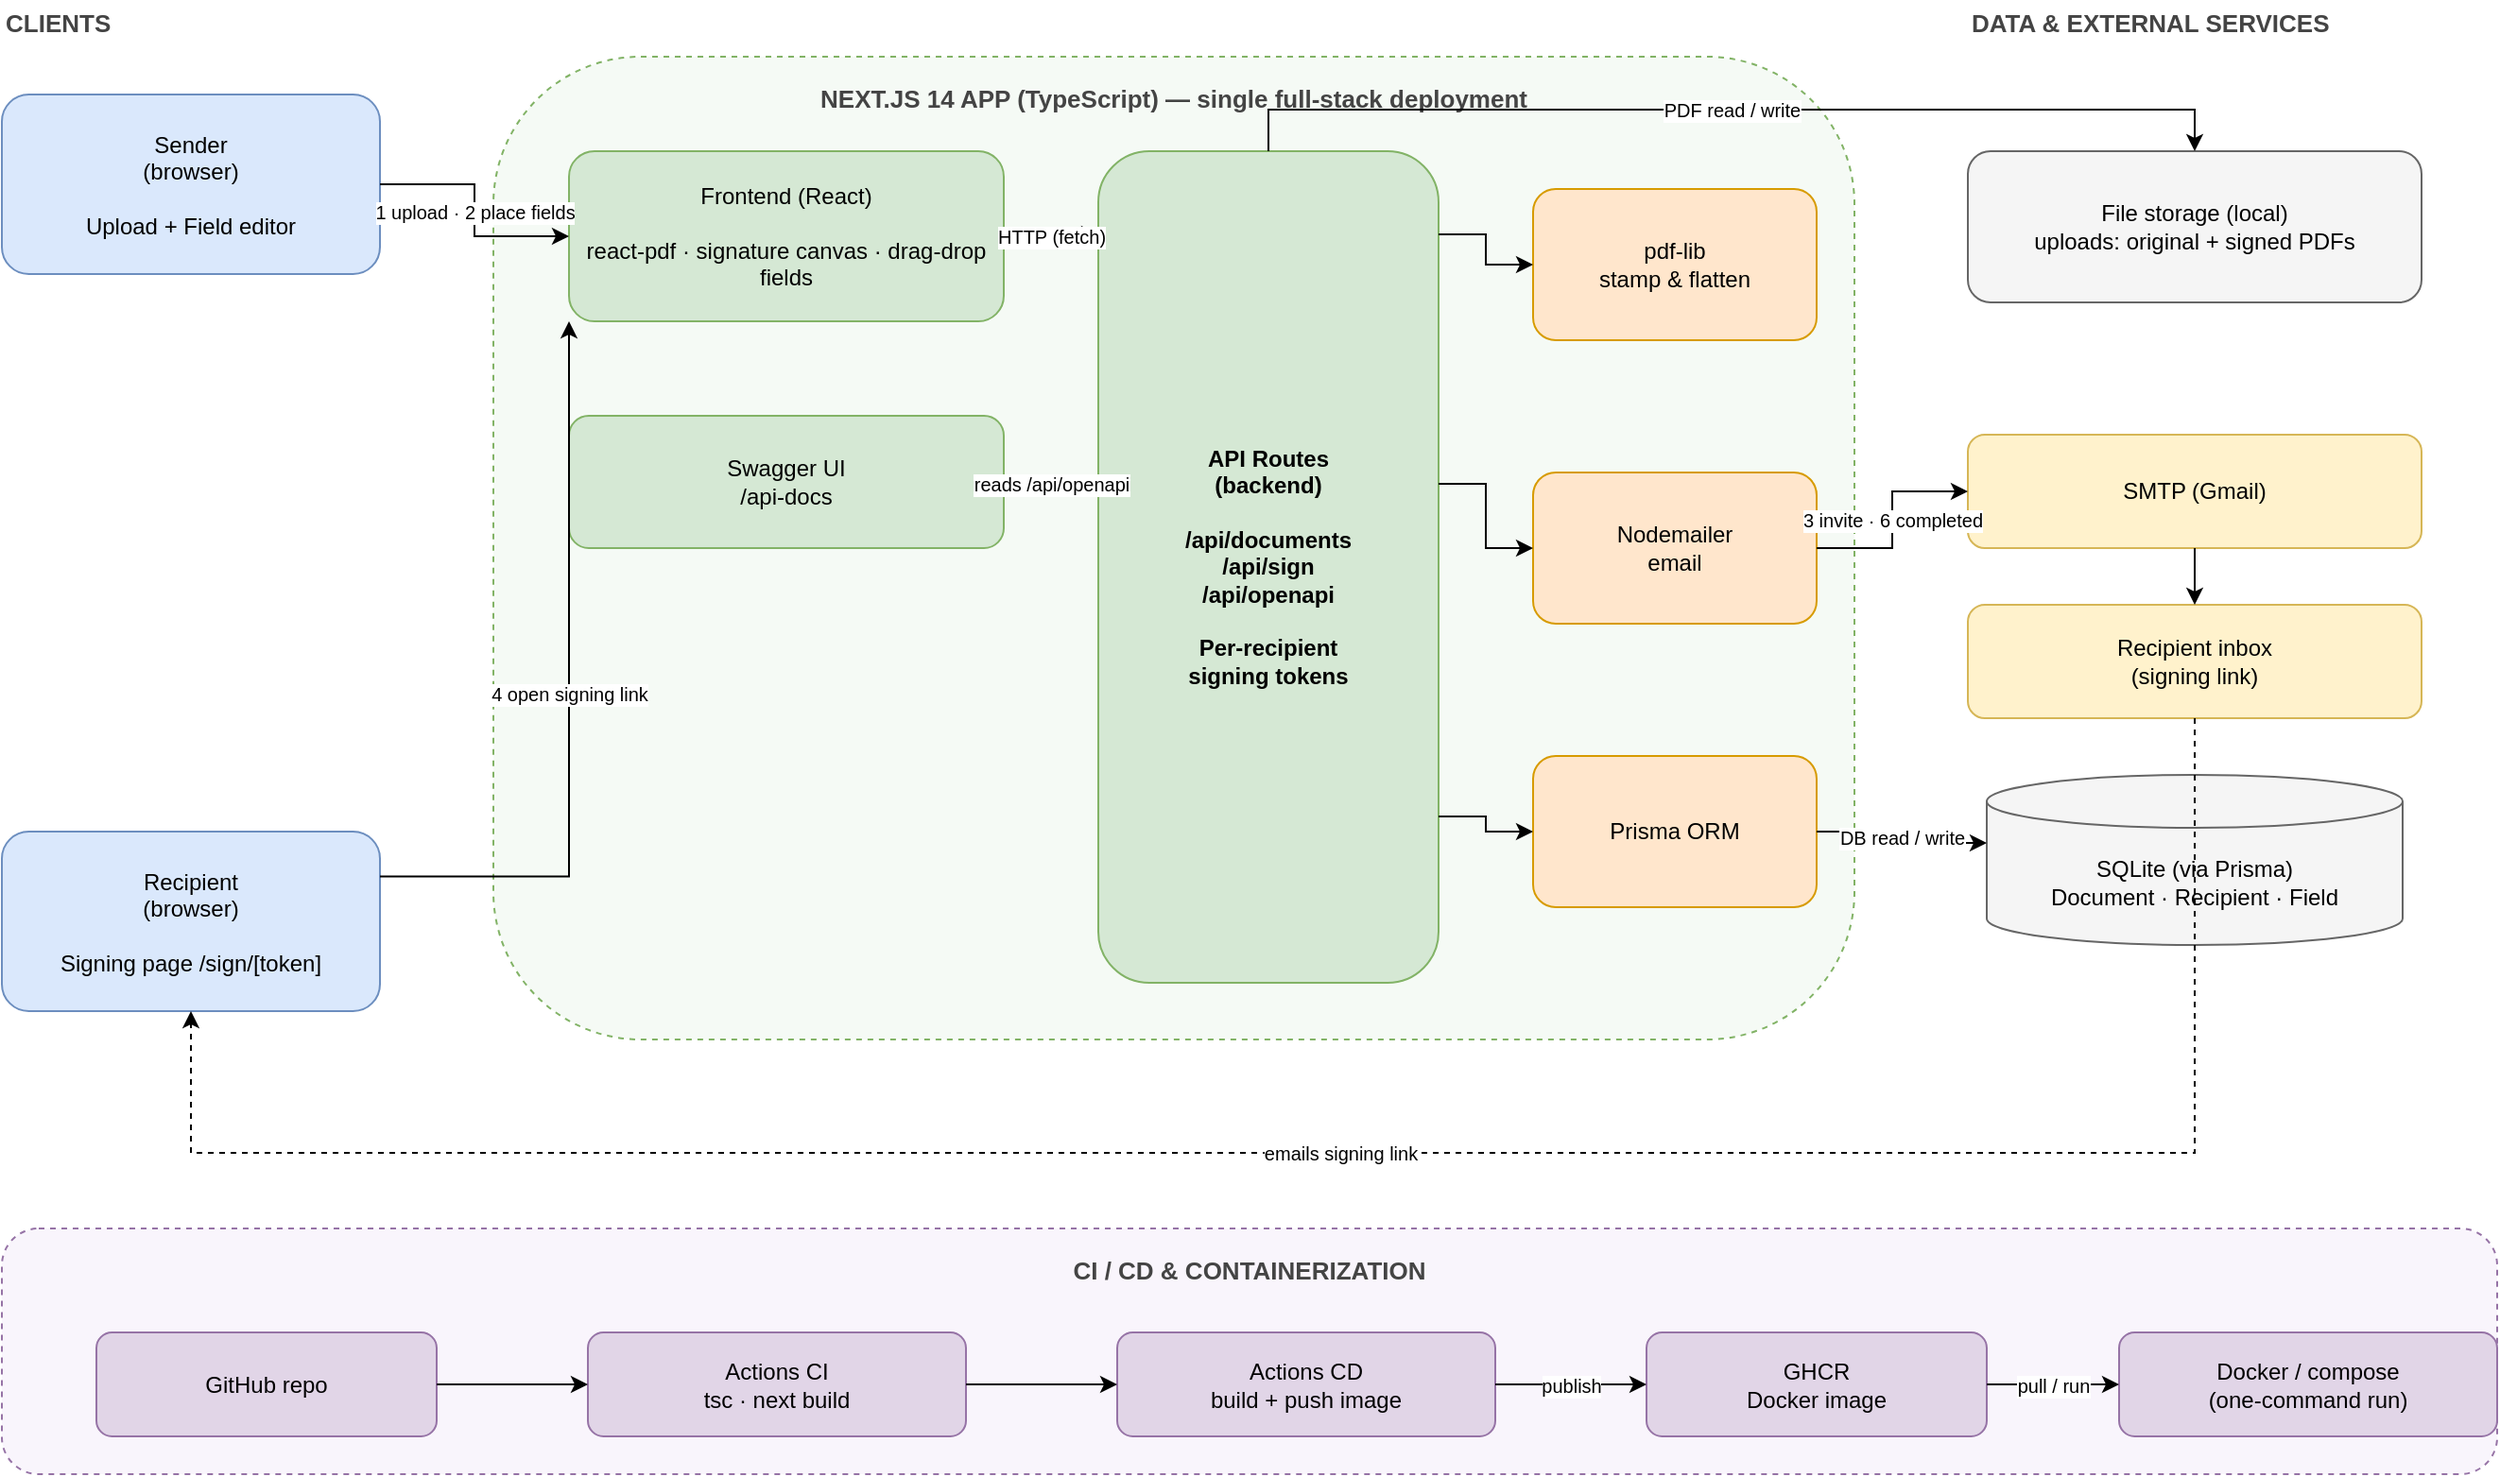
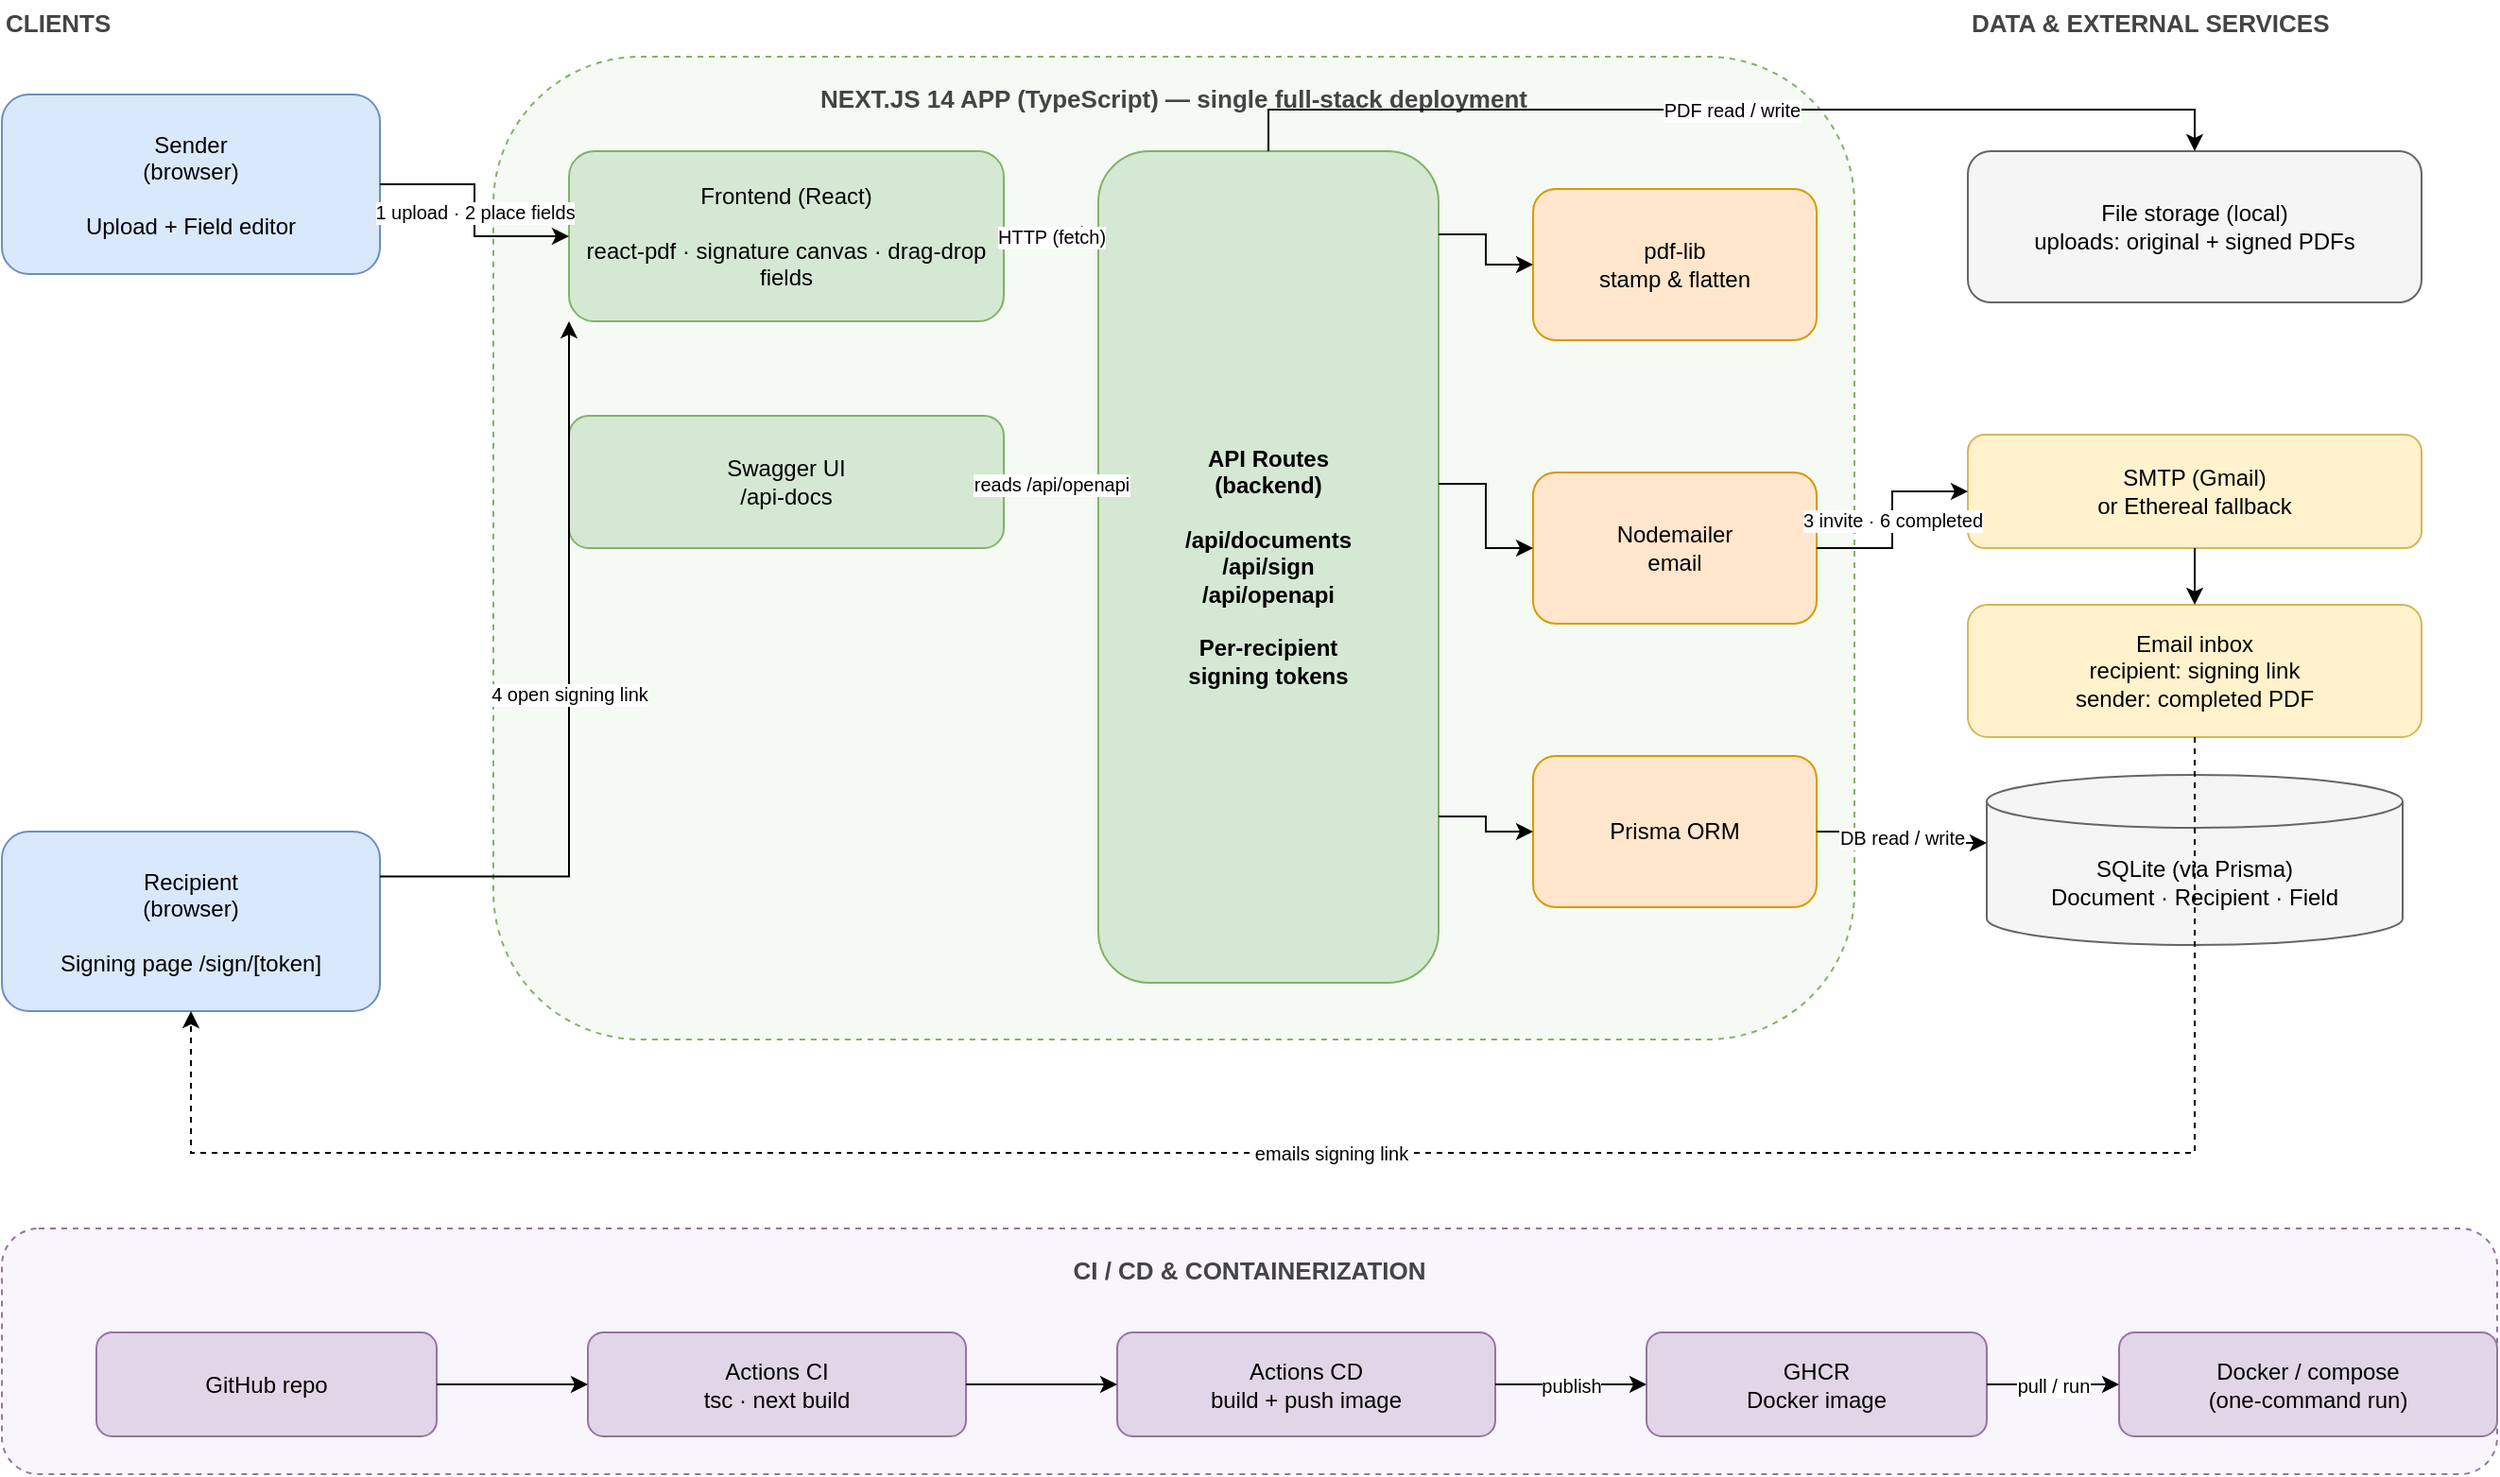
<mxfile host="app.diagrams.net" type="device">
  <diagram id="esign-mvp" name="System architecture">
    <mxGraphModel dx="1400" dy="900" grid="1" gridSize="10" guides="1" tooltips="1" connect="1" arrows="1" fold="1" page="1" pageScale="1" pageWidth="1400" pageHeight="900" math="0" shadow="0">
      <root>
        <mxCell id="0" />
        <mxCell id="1" parent="0" />

        <!-- section titles -->
        <mxCell id="t_clients" value="CLIENTS" style="text;html=1;align=left;verticalAlign=middle;fontStyle=1;fontSize=13;fontColor=#444444;" vertex="1" parent="1">
          <mxGeometry x="40" y="70" width="200" height="24" as="geometry" />
        </mxCell>
        <mxCell id="t_data" value="DATA &amp; EXTERNAL SERVICES" style="text;html=1;align=left;verticalAlign=middle;fontStyle=1;fontSize=13;fontColor=#444444;" vertex="1" parent="1">
          <mxGeometry x="1080" y="70" width="280" height="24" as="geometry" />
        </mxCell>

        <!-- containers -->
        <mxCell id="bg_app" value="NEXT.JS 14 APP (TypeScript) — single full-stack deployment" style="rounded=1;whiteSpace=wrap;html=1;dashed=1;fillColor=#f5faf5;strokeColor=#82b366;verticalAlign=top;fontStyle=1;fontSize=13;fontColor=#444444;spacingTop=8;" vertex="1" parent="1">
          <mxGeometry x="300" y="100" width="720" height="520" as="geometry" />
        </mxCell>
        <mxCell id="bg_devops" value="CI / CD &amp; CONTAINERIZATION" style="rounded=1;whiteSpace=wrap;html=1;dashed=1;fillColor=#f9f5fc;strokeColor=#9673a6;verticalAlign=top;fontStyle=1;fontSize=13;fontColor=#444444;spacingTop=8;" vertex="1" parent="1">
          <mxGeometry x="40" y="720" width="1320" height="130" as="geometry" />
        </mxCell>

        <!-- clients -->
        <mxCell id="c_sender" value="Sender&#10;(browser)&#10;&#10;Upload + Field editor" style="rounded=1;whiteSpace=wrap;html=1;fillColor=#dae8fc;strokeColor=#6c8ebf;fontSize=12;" vertex="1" parent="1">
          <mxGeometry x="40" y="120" width="200" height="95" as="geometry" />
        </mxCell>
        <mxCell id="c_recipient" value="Recipient&#10;(browser)&#10;&#10;Signing page /sign/[token]" style="rounded=1;whiteSpace=wrap;html=1;fillColor=#dae8fc;strokeColor=#6c8ebf;fontSize=12;" vertex="1" parent="1">
          <mxGeometry x="40" y="510" width="200" height="95" as="geometry" />
        </mxCell>

        <!-- app internals -->
        <mxCell id="fe" value="Frontend (React)&#10;&#10;react-pdf · signature canvas · drag-drop fields" style="rounded=1;whiteSpace=wrap;html=1;fillColor=#d5e8d4;strokeColor=#82b366;fontSize=12;" vertex="1" parent="1">
          <mxGeometry x="340" y="150" width="230" height="90" as="geometry" />
        </mxCell>
        <mxCell id="sw" value="Swagger UI&#10;/api-docs" style="rounded=1;whiteSpace=wrap;html=1;fillColor=#d5e8d4;strokeColor=#82b366;fontSize=12;" vertex="1" parent="1">
          <mxGeometry x="340" y="290" width="230" height="70" as="geometry" />
        </mxCell>
        <mxCell id="api" value="API Routes&#10;(backend)&#10;&#10;/api/documents&#10;/api/sign&#10;/api/openapi&#10;&#10;Per-recipient&#10;signing tokens" style="rounded=1;whiteSpace=wrap;html=1;fillColor=#d5e8d4;strokeColor=#82b366;fontSize=12;fontStyle=1;verticalAlign=middle;" vertex="1" parent="1">
          <mxGeometry x="620" y="150" width="180" height="440" as="geometry" />
        </mxCell>
        <mxCell id="stamp" value="pdf-lib&#10;stamp &amp; flatten" style="rounded=1;whiteSpace=wrap;html=1;fillColor=#ffe6cc;strokeColor=#d79b00;fontSize=12;" vertex="1" parent="1">
          <mxGeometry x="850" y="170" width="150" height="80" as="geometry" />
        </mxCell>
        <mxCell id="mail" value="Nodemailer&#10;email" style="rounded=1;whiteSpace=wrap;html=1;fillColor=#ffe6cc;strokeColor=#d79b00;fontSize=12;" vertex="1" parent="1">
          <mxGeometry x="850" y="320" width="150" height="80" as="geometry" />
        </mxCell>
        <mxCell id="prisma" value="Prisma ORM" style="rounded=1;whiteSpace=wrap;html=1;fillColor=#ffe6cc;strokeColor=#d79b00;fontSize=12;" vertex="1" parent="1">
          <mxGeometry x="850" y="470" width="150" height="80" as="geometry" />
        </mxCell>

        <!-- data + external services -->
        <mxCell id="files" value="File storage (local)&#10;uploads: original + signed PDFs" style="rounded=1;whiteSpace=wrap;html=1;fillColor=#f5f5f5;strokeColor=#666666;fontSize=12;" vertex="1" parent="1">
          <mxGeometry x="1080" y="150" width="240" height="80" as="geometry" />
        </mxCell>
-         <mxCell id="smtp" value="SMTP (Gmail)" style="rounded=1;whiteSpace=wrap;html=1;fillColor=#fff2cc;strokeColor=#d6b656;fontSize=12;" vertex="1" parent="1">
+         <mxCell id="smtp" value="SMTP (Gmail)&#10;or Ethereal fallback" style="rounded=1;whiteSpace=wrap;html=1;fillColor=#fff2cc;strokeColor=#d6b656;fontSize=12;" vertex="1" parent="1">
          <mxGeometry x="1080" y="300" width="240" height="60" as="geometry" />
        </mxCell>
-         <mxCell id="inbox" value="Recipient inbox&#10;(signing link)" style="rounded=1;whiteSpace=wrap;html=1;fillColor=#fff2cc;strokeColor=#d6b656;fontSize=12;" vertex="1" parent="1">
-           <mxGeometry x="1080" y="390" width="240" height="60" as="geometry" />
+         <mxCell id="inbox" value="Email inbox&#10;recipient: signing link&#10;sender: completed PDF" style="rounded=1;whiteSpace=wrap;html=1;fillColor=#fff2cc;strokeColor=#d6b656;fontSize=12;" vertex="1" parent="1">
+           <mxGeometry x="1080" y="390" width="240" height="70" as="geometry" />
        </mxCell>
        <mxCell id="db" value="SQLite (via Prisma)&#10;Document · Recipient · Field" style="shape=cylinder3;whiteSpace=wrap;html=1;boundedLbl=1;backgroundOutline=1;size=14;fillColor=#f5f5f5;strokeColor=#666666;fontSize=12;" vertex="1" parent="1">
          <mxGeometry x="1090" y="480" width="220" height="90" as="geometry" />
        </mxCell>

        <!-- devops -->
        <mxCell id="gh" value="GitHub repo" style="rounded=1;whiteSpace=wrap;html=1;fillColor=#e1d5e7;strokeColor=#9673a6;fontSize=12;" vertex="1" parent="1">
          <mxGeometry x="90" y="775" width="180" height="55" as="geometry" />
        </mxCell>
        <mxCell id="ci" value="Actions CI&#10;tsc · next build" style="rounded=1;whiteSpace=wrap;html=1;fillColor=#e1d5e7;strokeColor=#9673a6;fontSize=12;" vertex="1" parent="1">
          <mxGeometry x="350" y="775" width="200" height="55" as="geometry" />
        </mxCell>
        <mxCell id="cd" value="Actions CD&#10;build + push image" style="rounded=1;whiteSpace=wrap;html=1;fillColor=#e1d5e7;strokeColor=#9673a6;fontSize=12;" vertex="1" parent="1">
          <mxGeometry x="630" y="775" width="200" height="55" as="geometry" />
        </mxCell>
        <mxCell id="ghcr" value="GHCR&#10;Docker image" style="rounded=1;whiteSpace=wrap;html=1;fillColor=#e1d5e7;strokeColor=#9673a6;fontSize=12;" vertex="1" parent="1">
          <mxGeometry x="910" y="775" width="180" height="55" as="geometry" />
        </mxCell>
        <mxCell id="docker" value="Docker / compose&#10;(one-command run)" style="rounded=1;whiteSpace=wrap;html=1;fillColor=#e1d5e7;strokeColor=#9673a6;fontSize=12;" vertex="1" parent="1">
          <mxGeometry x="1160" y="775" width="200" height="55" as="geometry" />
        </mxCell>

        <!-- edges: client <-> app -->
        <mxCell id="e_s1" value="1 upload · 2 place fields" style="edgeStyle=orthogonalEdgeStyle;rounded=0;html=1;fontSize=10;exitX=1;exitY=0.5;entryX=0;entryY=0.5;" edge="1" parent="1" source="c_sender" target="fe"><mxGeometry relative="1" as="geometry" /></mxCell>
        <mxCell id="e_r1" value="4 open signing link" style="edgeStyle=orthogonalEdgeStyle;rounded=0;html=1;fontSize=10;exitX=1;exitY=0.25;entryX=0;entryY=1;" edge="1" parent="1" source="c_recipient" target="fe"><mxGeometry relative="1" as="geometry" /></mxCell>

        <!-- edges: app internal -->
        <mxCell id="e_fe_api" value="HTTP (fetch)" style="edgeStyle=orthogonalEdgeStyle;rounded=0;html=1;fontSize=10;exitX=1;exitY=0.5;entryX=0;entryY=0.1;" edge="1" parent="1" source="fe" target="api"><mxGeometry relative="1" as="geometry" /></mxCell>
        <mxCell id="e_sw_api" value="reads /api/openapi" style="edgeStyle=orthogonalEdgeStyle;rounded=0;html=1;dashed=1;fontSize=10;exitX=1;exitY=0.5;entryX=0;entryY=0.4;endArrow=open;" edge="1" parent="1" source="sw" target="api"><mxGeometry relative="1" as="geometry" /></mxCell>
        <mxCell id="e_api_stamp" style="edgeStyle=orthogonalEdgeStyle;rounded=0;html=1;exitX=1;exitY=0.1;entryX=0;entryY=0.5;" edge="1" parent="1" source="api" target="stamp"><mxGeometry relative="1" as="geometry" /></mxCell>
        <mxCell id="e_api_mail" style="edgeStyle=orthogonalEdgeStyle;rounded=0;html=1;exitX=1;exitY=0.4;entryX=0;entryY=0.5;" edge="1" parent="1" source="api" target="mail"><mxGeometry relative="1" as="geometry" /></mxCell>
        <mxCell id="e_api_prisma" style="edgeStyle=orthogonalEdgeStyle;rounded=0;html=1;exitX=1;exitY=0.8;entryX=0;entryY=0.5;" edge="1" parent="1" source="api" target="prisma"><mxGeometry relative="1" as="geometry" /></mxCell>

        <!-- edges: app -> data/services -->
        <mxCell id="e_api_files" value="PDF read / write" style="edgeStyle=orthogonalEdgeStyle;rounded=0;html=1;fontSize=10;exitX=0.5;exitY=0;entryX=0.5;entryY=0;" edge="1" parent="1" source="api" target="files">
          <mxGeometry relative="1" as="geometry">
            <Array as="points">
              <mxPoint x="710" y="128" />
              <mxPoint x="1200" y="128" />
            </Array>
          </mxGeometry>
        </mxCell>
        <mxCell id="e_mail_smtp" value="3 invite · 6 completed" style="edgeStyle=orthogonalEdgeStyle;rounded=0;html=1;fontSize=10;exitX=1;exitY=0.5;entryX=0;entryY=0.5;" edge="1" parent="1" source="mail" target="smtp"><mxGeometry relative="1" as="geometry" /></mxCell>
        <mxCell id="e_smtp_inbox" style="edgeStyle=orthogonalEdgeStyle;rounded=0;html=1;exitX=0.5;exitY=1;entryX=0.5;entryY=0;" edge="1" parent="1" source="smtp" target="inbox"><mxGeometry relative="1" as="geometry" /></mxCell>
        <mxCell id="e_prisma_db" value="DB read / write" style="edgeStyle=orthogonalEdgeStyle;rounded=0;html=1;fontSize=10;exitX=1;exitY=0.5;entryX=0;entryY=0.4;" edge="1" parent="1" source="prisma" target="db"><mxGeometry relative="1" as="geometry" /></mxCell>

        <!-- edge: email delivers signing link back to recipient -->
        <mxCell id="e_inbox_rec" value="emails signing link" style="edgeStyle=orthogonalEdgeStyle;rounded=0;html=1;dashed=1;fontSize=10;exitX=0.5;exitY=1;entryX=0.5;entryY=1;" edge="1" parent="1" source="inbox" target="c_recipient">
          <mxGeometry relative="1" as="geometry">
            <Array as="points">
              <mxPoint x="1200" y="680" />
              <mxPoint x="140" y="680" />
            </Array>
          </mxGeometry>
        </mxCell>

        <!-- edges: devops -->
        <mxCell id="e_gh_ci" style="edgeStyle=orthogonalEdgeStyle;rounded=0;html=1;exitX=1;exitY=0.5;entryX=0;entryY=0.5;" edge="1" parent="1" source="gh" target="ci"><mxGeometry relative="1" as="geometry" /></mxCell>
        <mxCell id="e_ci_cd" style="edgeStyle=orthogonalEdgeStyle;rounded=0;html=1;exitX=1;exitY=0.5;entryX=0;entryY=0.5;" edge="1" parent="1" source="ci" target="cd"><mxGeometry relative="1" as="geometry" /></mxCell>
        <mxCell id="e_cd_ghcr" value="publish" style="edgeStyle=orthogonalEdgeStyle;rounded=0;html=1;fontSize=10;exitX=1;exitY=0.5;entryX=0;entryY=0.5;" edge="1" parent="1" source="cd" target="ghcr"><mxGeometry relative="1" as="geometry" /></mxCell>
        <mxCell id="e_ghcr_docker" value="pull / run" style="edgeStyle=orthogonalEdgeStyle;rounded=0;html=1;fontSize=10;exitX=1;exitY=0.5;entryX=0;entryY=0.5;" edge="1" parent="1" source="ghcr" target="docker"><mxGeometry relative="1" as="geometry" /></mxCell>
      </root>
    </mxGraphModel>
  </diagram>
  <diagram id="signing-pipeline" name="Signing pipeline (business flow)">
    <mxGraphModel dx="1400" dy="900" grid="1" gridSize="10" guides="1" tooltips="1" connect="1" arrows="1" fold="1" page="1" pageScale="1" pageWidth="1400" pageHeight="900" math="0" shadow="0">
      <root>
        <mxCell id="0" />
        <mxCell id="1" parent="0" />

        <mxCell id="t_title" value="e-Sign workflow — what happens, end to end" style="text;html=1;align=left;verticalAlign=middle;fontStyle=1;fontSize=16;" vertex="1" parent="1">
          <mxGeometry x="40" y="40" width="560" height="30" as="geometry" />
        </mxCell>
        <mxCell id="t_legend" value="Blue = Sender acts     ·     Orange = Recipient acts     ·     Green = System does it automatically" style="text;html=1;align=left;verticalAlign=top;fontSize=12;fontColor=#555555;" vertex="1" parent="1">
          <mxGeometry x="40" y="72" width="760" height="24" as="geometry" />
        </mxCell>

        <mxCell id="p1" value="1. Upload&#10;&#10;Sender uploads the PDF to be signed" style="rounded=1;whiteSpace=wrap;html=1;fillColor=#dae8fc;strokeColor=#6c8ebf;fontSize=13;" vertex="1" parent="1">
          <mxGeometry x="40" y="160" width="180" height="110" as="geometry" />
        </mxCell>
        <mxCell id="p2" value="2. Prepare&#10;&#10;Drop signature / text / date / checkbox / radio fields and assign each recipient" style="rounded=1;whiteSpace=wrap;html=1;fillColor=#dae8fc;strokeColor=#6c8ebf;fontSize=13;" vertex="1" parent="1">
          <mxGeometry x="270" y="160" width="180" height="110" as="geometry" />
        </mxCell>
        <mxCell id="p3" value="3. Send&#10;&#10;Each recipient is emailed a unique, private signing link" style="rounded=1;whiteSpace=wrap;html=1;fillColor=#dae8fc;strokeColor=#6c8ebf;fontSize=13;" vertex="1" parent="1">
          <mxGeometry x="500" y="160" width="180" height="110" as="geometry" />
        </mxCell>
        <mxCell id="p4" value="4. Sign&#10;&#10;Recipient opens the link and fills &amp; signs in the browser (name &amp; date pre-filled)" style="rounded=1;whiteSpace=wrap;html=1;fillColor=#ffe6cc;strokeColor=#d79b00;fontSize=13;" vertex="1" parent="1">
          <mxGeometry x="730" y="160" width="180" height="110" as="geometry" />
        </mxCell>
        <mxCell id="p5" value="5. Finalize&#10;&#10;Signature image and all values are flattened into the PDF" style="rounded=1;whiteSpace=wrap;html=1;fillColor=#d5e8d4;strokeColor=#82b366;fontSize=13;" vertex="1" parent="1">
          <mxGeometry x="960" y="160" width="180" height="110" as="geometry" />
        </mxCell>
        <mxCell id="p6" value="6. Complete&#10;&#10;When everyone has signed, the sender gets the finished, signed PDF to download" style="rounded=1;whiteSpace=wrap;html=1;fillColor=#d5e8d4;strokeColor=#82b366;fontSize=13;" vertex="1" parent="1">
          <mxGeometry x="1190" y="160" width="180" height="110" as="geometry" />
        </mxCell>

        <mxCell id="f1" style="edgeStyle=orthogonalEdgeStyle;rounded=0;html=1;strokeWidth=2;endArrow=block;" edge="1" parent="1" source="p1" target="p2"><mxGeometry relative="1" as="geometry" /></mxCell>
        <mxCell id="f2" style="edgeStyle=orthogonalEdgeStyle;rounded=0;html=1;strokeWidth=2;endArrow=block;" edge="1" parent="1" source="p2" target="p3"><mxGeometry relative="1" as="geometry" /></mxCell>
        <mxCell id="f3" style="edgeStyle=orthogonalEdgeStyle;rounded=0;html=1;strokeWidth=2;endArrow=block;" edge="1" parent="1" source="p3" target="p4"><mxGeometry relative="1" as="geometry" /></mxCell>
        <mxCell id="f4" style="edgeStyle=orthogonalEdgeStyle;rounded=0;html=1;strokeWidth=2;endArrow=block;" edge="1" parent="1" source="p4" target="p5"><mxGeometry relative="1" as="geometry" /></mxCell>
        <mxCell id="f5" style="edgeStyle=orthogonalEdgeStyle;rounded=0;html=1;strokeWidth=2;endArrow=block;" edge="1" parent="1" source="p5" target="p6"><mxGeometry relative="1" as="geometry" /></mxCell>
      </root>
    </mxGraphModel>
  </diagram>
</mxfile>
